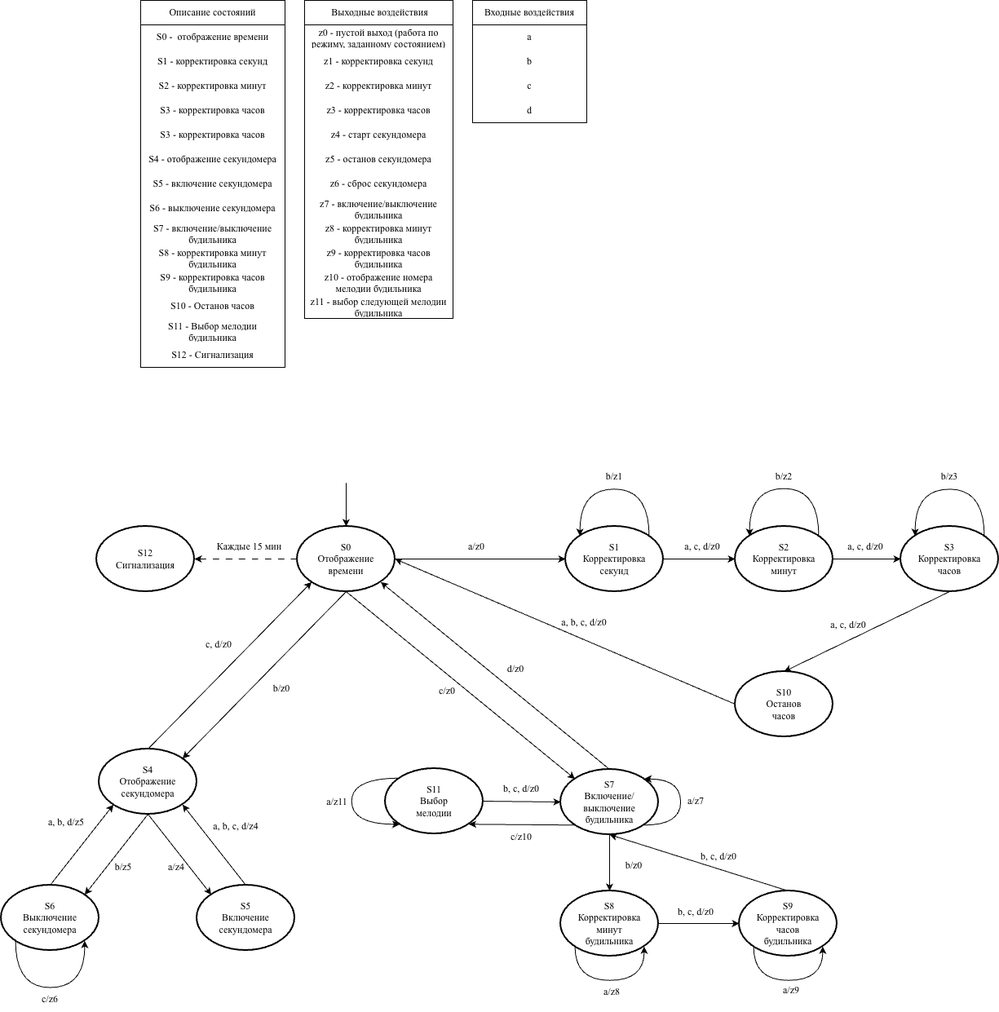
The draw.io diagram lab2/finiteStateAutomaton/finiteStateAutomaton.png in Khramov-Vladislav/theory-of-algorithms, before a commit. Source tidied: cells renumbered, new cells last; positions are measured from the earlier drawing's top-left corner, leaving out a move shared by most shapes.
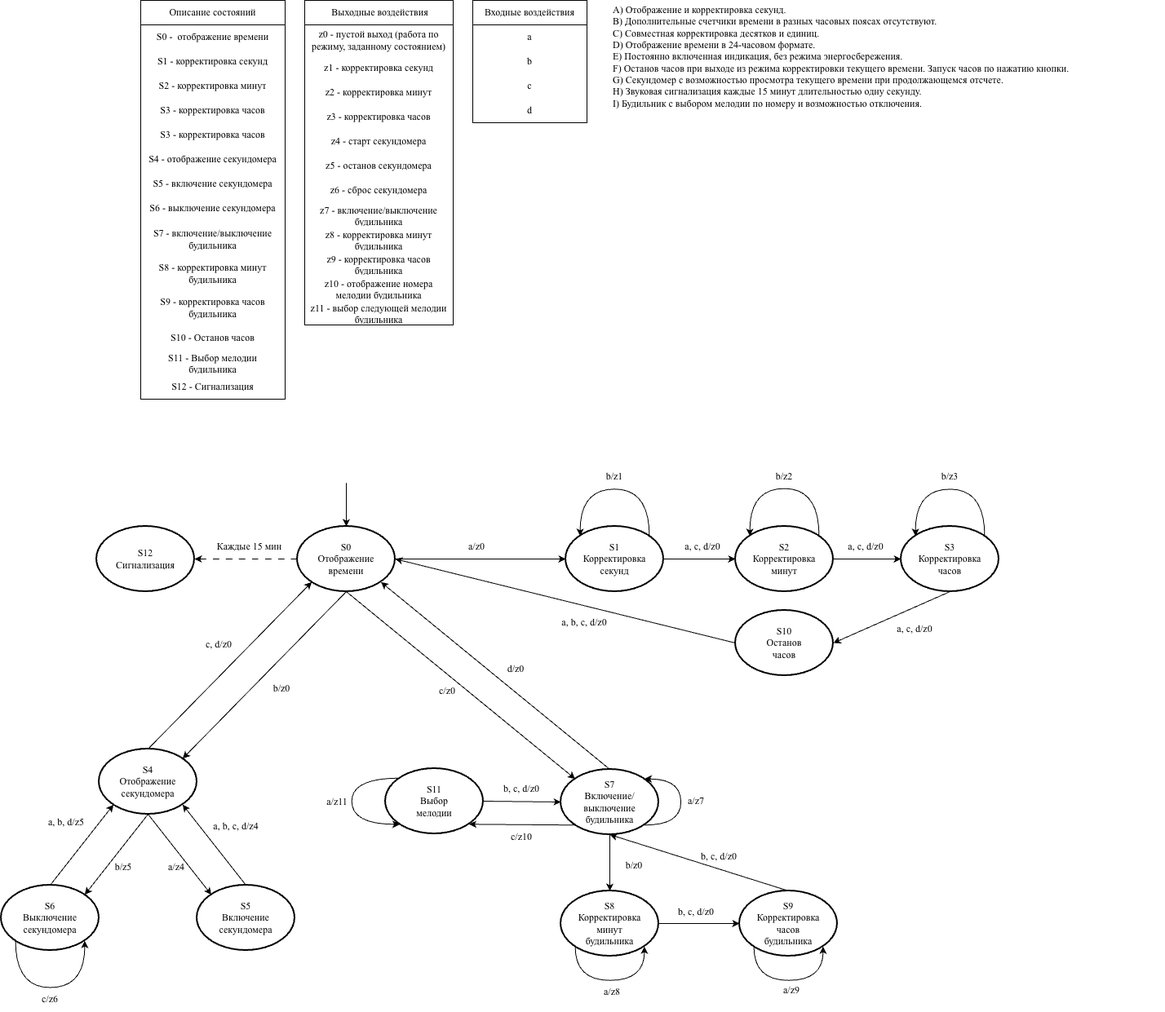
After the commit.

Commit message:
fix(lab2): обновлен конечный автомат управления

Diff of the diagram source:
```diff
@@ -3,46 +3,46 @@
     <mxCell id="0" />
     <mxCell id="1" parent="0" />
     <mxCell id="2" value="&amp;nbsp;Выходные воздействия" style="swimlane;fontStyle=0;horizontal=1;startSize=30;whiteSpace=wrap;html=1;rounded=0;align=center;verticalAlign=middle;fontFamily=Times New Roman;fontSize=12;perimeterSpacing=2;gradientColor=none;swimlaneFillColor=none;fillStyle=hatch;strokeColor=light-dark(#000000,#000000);fillColor=none;fontColor=light-dark(#000000,#000000);" parent="1" vertex="1">
-      <mxGeometry x="372" width="182" height="390" as="geometry" />
+      <mxGeometry x="372" width="182" height="398" as="geometry" />
     </mxCell>
     <mxCell id="3" value="z0 - пустой выход (работа по режиму, заданному состоянием)" style="text;strokeColor=none;fillColor=none;align=center;verticalAlign=middle;spacingLeft=4;spacingRight=4;overflow=hidden;whiteSpace=wrap;html=1;rounded=0;fontFamily=Times New Roman;fontSize=12;fontColor=light-dark(#000000,#000000);gradientColor=none;" parent="2" vertex="1">
-      <mxGeometry y="30" width="182" height="30" as="geometry" />
+      <mxGeometry y="30" width="182" height="38" as="geometry" />
     </mxCell>
     <mxCell id="4" value="z1 - корректировка секунд" style="text;strokeColor=none;fillColor=none;align=center;verticalAlign=middle;spacingLeft=4;spacingRight=4;overflow=hidden;whiteSpace=wrap;html=1;rounded=0;fontFamily=Times New Roman;fontSize=12;fontColor=light-dark(#000000,#000000);gradientColor=none;" parent="2" vertex="1">
-      <mxGeometry y="60" width="182" height="30" as="geometry" />
+      <mxGeometry y="68" width="182" height="30" as="geometry" />
     </mxCell>
     <mxCell id="5" value="z2 - корректировка минут" style="text;strokeColor=none;fillColor=none;align=center;verticalAlign=middle;spacingLeft=4;spacingRight=4;overflow=hidden;whiteSpace=wrap;html=1;rounded=0;fontFamily=Times New Roman;fontSize=12;fontColor=light-dark(#000000,#000000);gradientColor=none;" parent="2" vertex="1">
-      <mxGeometry y="90" width="182" height="30" as="geometry" />
+      <mxGeometry y="98" width="182" height="30" as="geometry" />
     </mxCell>
     <mxCell id="6" value="z3 - корректировка часов" style="text;strokeColor=none;fillColor=none;align=center;verticalAlign=middle;spacingLeft=4;spacingRight=4;overflow=hidden;whiteSpace=wrap;html=1;rounded=0;fontFamily=Times New Roman;fontSize=12;fontColor=light-dark(#000000,#000000);gradientColor=none;" parent="2" vertex="1">
-      <mxGeometry y="120" width="182" height="30" as="geometry" />
+      <mxGeometry y="128" width="182" height="30" as="geometry" />
     </mxCell>
     <mxCell id="7" value="z4 - старт секундомера" style="text;strokeColor=none;fillColor=none;align=center;verticalAlign=middle;spacingLeft=4;spacingRight=4;overflow=hidden;whiteSpace=wrap;html=1;rounded=0;fontFamily=Times New Roman;fontSize=12;fontColor=light-dark(#000000,#000000);gradientColor=none;" parent="2" vertex="1">
-      <mxGeometry y="150" width="182" height="30" as="geometry" />
+      <mxGeometry y="158" width="182" height="30" as="geometry" />
     </mxCell>
     <mxCell id="8" value="z5 - останов секундомера" style="text;strokeColor=none;fillColor=none;align=center;verticalAlign=middle;spacingLeft=4;spacingRight=4;overflow=hidden;whiteSpace=wrap;html=1;rounded=0;fontFamily=Times New Roman;fontSize=12;fontColor=light-dark(#000000,#000000);gradientColor=none;" parent="2" vertex="1">
-      <mxGeometry y="180" width="182" height="30" as="geometry" />
+      <mxGeometry y="188" width="182" height="30" as="geometry" />
     </mxCell>
     <mxCell id="9" value="z6 - сброс секундомера" style="text;strokeColor=none;fillColor=none;align=center;verticalAlign=middle;spacingLeft=4;spacingRight=4;overflow=hidden;whiteSpace=wrap;html=1;rounded=0;fontFamily=Times New Roman;fontSize=12;fontColor=light-dark(#000000,#000000);gradientColor=none;" parent="2" vertex="1">
-      <mxGeometry y="210" width="182" height="30" as="geometry" />
+      <mxGeometry y="218" width="182" height="30" as="geometry" />
     </mxCell>
     <mxCell id="10" value="z7 - включение/выключение будильника" style="text;strokeColor=none;fillColor=none;align=center;verticalAlign=middle;spacingLeft=4;spacingRight=4;overflow=hidden;whiteSpace=wrap;html=1;rounded=0;fontFamily=Times New Roman;fontSize=12;fontColor=light-dark(#000000,#000000);gradientColor=none;" parent="2" vertex="1">
-      <mxGeometry y="240" width="182" height="30" as="geometry" />
+      <mxGeometry y="248" width="182" height="30" as="geometry" />
     </mxCell>
     <mxCell id="11" value="z8 - корректировка минут будильника" style="text;strokeColor=none;fillColor=none;align=center;verticalAlign=middle;spacingLeft=4;spacingRight=4;overflow=hidden;whiteSpace=wrap;html=1;rounded=0;fontFamily=Times New Roman;fontSize=12;fontColor=light-dark(#000000,#000000);gradientColor=none;" parent="2" vertex="1">
-      <mxGeometry y="270" width="182" height="30" as="geometry" />
+      <mxGeometry y="278" width="182" height="30" as="geometry" />
     </mxCell>
     <mxCell id="12" value="z9 - корректировка часов будильника" style="text;strokeColor=none;fillColor=none;align=center;verticalAlign=middle;spacingLeft=4;spacingRight=4;overflow=hidden;whiteSpace=wrap;html=1;rounded=0;fontFamily=Times New Roman;fontSize=12;fontColor=light-dark(#000000,#000000);gradientColor=none;" parent="2" vertex="1">
-      <mxGeometry y="300" width="182" height="30" as="geometry" />
+      <mxGeometry y="308" width="182" height="30" as="geometry" />
     </mxCell>
     <mxCell id="13" value="z10 - отображение номера мелодии будильника" style="text;strokeColor=none;fillColor=none;align=center;verticalAlign=middle;spacingLeft=4;spacingRight=4;overflow=hidden;whiteSpace=wrap;html=1;rounded=0;fontFamily=Times New Roman;fontSize=12;fontColor=light-dark(#000000,#000000);gradientColor=none;" parent="2" vertex="1">
-      <mxGeometry y="330" width="182" height="30" as="geometry" />
+      <mxGeometry y="338" width="182" height="30" as="geometry" />
     </mxCell>
     <mxCell id="14" value="z11 - выбор следующей мелодии будильника" style="text;strokeColor=none;fillColor=none;align=center;verticalAlign=middle;spacingLeft=4;spacingRight=4;overflow=hidden;whiteSpace=wrap;html=1;rounded=0;fontFamily=Times New Roman;fontSize=12;fontColor=light-dark(#000000,#000000);gradientColor=none;" parent="2" vertex="1">
-      <mxGeometry y="360" width="182" height="30" as="geometry" />
+      <mxGeometry y="368" width="182" height="30" as="geometry" />
     </mxCell>
     <mxCell id="15" value="Описание состояний" style="swimlane;fontStyle=0;horizontal=1;startSize=30;whiteSpace=wrap;html=1;rounded=0;align=center;verticalAlign=middle;fontFamily=Times New Roman;fontSize=12;perimeterSpacing=2;gradientColor=none;swimlaneFillColor=none;fillStyle=hatch;strokeColor=light-dark(#000000,#000000);fillColor=none;fontColor=light-dark(#000000,#000000);" parent="1" vertex="1">
-      <mxGeometry x="171" width="177" height="450" as="geometry" />
+      <mxGeometry x="171" width="177" height="489" as="geometry" />
     </mxCell>
     <mxCell id="16" value="S0 -&amp;nbsp; отображение времени" style="text;strokeColor=none;fillColor=none;align=center;verticalAlign=middle;spacingLeft=4;spacingRight=4;overflow=hidden;whiteSpace=wrap;html=1;rounded=0;fontFamily=Times New Roman;fontSize=12;fontColor=light-dark(#000000,#000000);gradientColor=none;" parent="15" vertex="1">
       <mxGeometry y="30" width="177" height="30" as="geometry" />
@@ -69,22 +69,22 @@
       <mxGeometry y="240" width="177" height="30" as="geometry" />
     </mxCell>
     <mxCell id="24" value="S7 - включение/выключение будильника" style="text;strokeColor=none;fillColor=none;align=center;verticalAlign=middle;spacingLeft=4;spacingRight=4;overflow=hidden;whiteSpace=wrap;html=1;rounded=0;fontFamily=Times New Roman;fontSize=12;fontColor=light-dark(#000000,#000000);gradientColor=none;" parent="15" vertex="1">
-      <mxGeometry y="270" width="177" height="30" as="geometry" />
+      <mxGeometry y="270" width="177" height="45" as="geometry" />
     </mxCell>
     <mxCell id="25" value="S8 - корректировка минут будильника" style="text;strokeColor=none;fillColor=none;align=center;verticalAlign=middle;spacingLeft=4;spacingRight=4;overflow=hidden;whiteSpace=wrap;html=1;rounded=0;fontFamily=Times New Roman;fontSize=12;fontColor=light-dark(#000000,#000000);gradientColor=none;" parent="15" vertex="1">
-      <mxGeometry y="300" width="177" height="30" as="geometry" />
+      <mxGeometry y="315" width="177" height="39" as="geometry" />
     </mxCell>
     <mxCell id="26" value="S9 - корректировка часов будильника" style="text;strokeColor=none;fillColor=none;align=center;verticalAlign=middle;spacingLeft=4;spacingRight=4;overflow=hidden;whiteSpace=wrap;html=1;rounded=0;fontFamily=Times New Roman;fontSize=12;fontColor=light-dark(#000000,#000000);gradientColor=none;" parent="15" vertex="1">
-      <mxGeometry y="330" width="177" height="30" as="geometry" />
+      <mxGeometry y="354" width="177" height="45" as="geometry" />
     </mxCell>
     <mxCell id="27" value="S10 - Останов часов" style="text;strokeColor=none;fillColor=none;align=center;verticalAlign=middle;spacingLeft=4;spacingRight=4;overflow=hidden;whiteSpace=wrap;html=1;rounded=0;fontFamily=Times New Roman;fontSize=12;fontColor=light-dark(#000000,#000000);gradientColor=none;" parent="15" vertex="1">
-      <mxGeometry y="360" width="177" height="30" as="geometry" />
+      <mxGeometry y="399" width="177" height="30" as="geometry" />
     </mxCell>
     <mxCell id="28" value="S11 - Выбор мелодии будильника" style="text;strokeColor=none;fillColor=none;align=center;verticalAlign=middle;spacingLeft=4;spacingRight=4;overflow=hidden;whiteSpace=wrap;html=1;rounded=0;fontFamily=Times New Roman;fontSize=12;fontColor=light-dark(#000000,#000000);gradientColor=none;" parent="15" vertex="1">
-      <mxGeometry y="390" width="177" height="30" as="geometry" />
+      <mxGeometry y="429" width="177" height="30" as="geometry" />
     </mxCell>
     <mxCell id="29" value="S12 - Сигнализация" style="text;strokeColor=none;fillColor=none;align=center;verticalAlign=middle;spacingLeft=4;spacingRight=4;overflow=hidden;whiteSpace=wrap;html=1;rounded=0;fontFamily=Times New Roman;fontSize=12;fontColor=light-dark(#000000,#000000);gradientColor=none;" parent="15" vertex="1">
-      <mxGeometry y="420" width="177" height="30" as="geometry" />
+      <mxGeometry y="459" width="177" height="30" as="geometry" />
     </mxCell>
     <mxCell id="30" value="Входные воздействия" style="swimlane;fontStyle=0;horizontal=1;startSize=30;whiteSpace=wrap;html=1;rounded=0;align=center;verticalAlign=middle;fontFamily=Times New Roman;fontSize=12;perimeterSpacing=2;gradientColor=none;swimlaneFillColor=none;fillStyle=hatch;strokeColor=light-dark(#000000,#000000);fillColor=none;fontColor=light-dark(#000000,#000000);" parent="1" vertex="1">
       <mxGeometry x="578" width="140" height="150" as="geometry" />
@@ -194,7 +194,7 @@
       <mxGeometry x="1030" y="655" width="60" height="30" as="geometry" />
     </mxCell>
     <mxCell id="60" style="group;" parent="1" vertex="1">
-      <mxGeometry x="900" y="823" width="120" height="80" as="geometry" />
+      <mxGeometry x="900" y="748" width="120" height="80" as="geometry" />
     </mxCell>
     <mxCell id="61" value="&lt;div&gt;&lt;br/&gt;&lt;/div&gt;" style="ellipse;whiteSpace=wrap;html=1;shapeInside=1;fillColor=none;strokeColor=light-dark(#000000,#000000);fontColor=#333333;strokeWidth=2;" parent="60" vertex="1">
       <mxGeometry width="120" height="80" as="geometry" />
@@ -203,7 +203,7 @@
       <mxGeometry x="30" y="25" width="60" height="30" as="geometry" />
     </mxCell>
     <mxCell id="63" value="a, c, d/z0" style="text;html=1;whiteSpace=wrap;strokeColor=none;fillColor=none;align=center;verticalAlign=middle;rounded=0;fontColor=light-dark(#000000,#000000);fontFamily=Times New Roman;" parent="1" vertex="1">
-      <mxGeometry x="1009" y="751" width="60" height="30" as="geometry" />
+      <mxGeometry x="1090" y="756" width="60" height="30" as="geometry" />
     </mxCell>
     <mxCell id="64" value="a, b, c, d/z0" style="text;html=1;whiteSpace=wrap;strokeColor=none;fillColor=none;align=center;verticalAlign=middle;rounded=0;fontColor=light-dark(#000000,#000000);fontFamily=Times New Roman;" parent="1" vertex="1">
       <mxGeometry x="685" y="748" width="60" height="30" as="geometry" />
@@ -256,7 +256,7 @@
     <mxCell id="77" value="S5&lt;div&gt;Включение секундомера&lt;/div&gt;" style="text;html=1;whiteSpace=wrap;strokeColor=none;fillColor=none;align=center;verticalAlign=middle;rounded=0;fontFamily=Times New Roman;fontSize=12;fontColor=light-dark(#000000,#000000);gradientColor=none;" parent="75" vertex="1">
       <mxGeometry x="30" y="25" width="60" height="30" as="geometry" />
     </mxCell>
-    <mxCell id="78" style="edgeStyle=none;shape=connector;curved=1;rounded=0;curveGeometry=1;jettySize=auto;html=1;exitX=0.5;exitY=1;exitDx=0;exitDy=0;entryX=0.5;entryY=0;entryDx=0;entryDy=0;strokeColor=light-dark(#000000,#000000);align=left;verticalAlign=middle;fontFamily=Helvetica;fontSize=11;fontColor=light-dark(#000000,#000000);labelBackgroundColor=none;defaultLabelBackgroundColor=page;labelPadding=0 4;endArrow=classic;endFill=1;fillColor=#008a00;" parent="1" edge="1" source="48" target="61">
+    <mxCell id="78" style="edgeStyle=none;shape=connector;curved=1;rounded=0;curveGeometry=1;jettySize=auto;html=1;exitX=0.5;exitY=1;exitDx=0;exitDy=0;entryX=1;entryY=0.5;entryDx=0;entryDy=0;strokeColor=light-dark(#000000,#000000);align=left;verticalAlign=middle;fontFamily=Helvetica;fontSize=11;fontColor=light-dark(#000000,#000000);labelBackgroundColor=none;defaultLabelBackgroundColor=page;labelPadding=0 4;endArrow=classic;endFill=1;fillColor=#008a00;" parent="1" edge="1" source="48" target="61">
       <mxGeometry relative="1" as="geometry" />
     </mxCell>
     <mxCell id="79" style="edgeStyle=none;shape=connector;curved=1;rounded=0;curveGeometry=1;jettySize=auto;html=1;exitX=0;exitY=0.5;exitDx=0;exitDy=0;entryX=1;entryY=0.5;entryDx=0;entryDy=0;strokeColor=light-dark(#000000,#000000);align=left;verticalAlign=middle;fontFamily=Helvetica;fontSize=11;fontColor=light-dark(#000000,#000000);labelBackgroundColor=none;defaultLabelBackgroundColor=page;labelPadding=0 4;endArrow=classic;endFill=1;fillColor=#008a00;" parent="1" edge="1" source="61" target="37">
@@ -625,5 +625,8 @@
     <mxCell id="172" style="edgeStyle=none;shape=connector;curved=1;rounded=0;curveGeometry=1;jettySize=auto;html=1;exitX=1;exitY=0.5;exitDx=0;exitDy=0;entryX=0;entryY=0.5;entryDx=0;entryDy=0;strokeColor=light-dark(#000000,#000000);align=left;verticalAlign=middle;fontFamily=Helvetica;fontSize=11;fontColor=light-dark(#000000,#000000);labelBackgroundColor=none;defaultLabelBackgroundColor=page;labelPadding=0 4;endArrow=classic;endFill=1;fillColor=#008a00;" parent="1" edge="1" source="144" target="103">
       <mxGeometry relative="1" as="geometry" />
     </mxCell>
+    <mxCell id="173" value="A) Отображение и корректировка секунд.&lt;div&gt;B) Дополнительные счетчики времени в разных часовых поясах отсут&lt;span style=&quot;background-color: transparent;&quot;&gt;ствуют.&lt;/span&gt;&lt;/div&gt;&lt;div&gt;C) Совместная корректировка десятков и единиц.&lt;/div&gt;&lt;div&gt;D) Отображение времени в 24-часовом формате.&lt;/div&gt;&lt;div&gt;E) Постоянно включенная индикация, без режима энергосбережения.&lt;/div&gt;&lt;div&gt;F) Останов часов при выходе из режима корректировки текущего време&lt;span style=&quot;background-color: transparent;&quot;&gt;ни. Запуск часов по нажатию кнопки.&lt;/span&gt;&lt;/div&gt;&lt;div&gt;G) Секундомер с возможностью просмотра текущего времени при продол&lt;span style=&quot;background-color: transparent;&quot;&gt;жающемся отсчете.&lt;/span&gt;&lt;/div&gt;&lt;div&gt;H) Звуковая сигнализация каждые 15 минут длительностью одну секунду.&lt;/div&gt;&lt;div&gt;I) Будильник с выбором мелодии по номеру и возможностью отключения.&lt;/div&gt;" style="text;html=1;whiteSpace=wrap;strokeColor=none;fillColor=none;align=left;verticalAlign=middle;rounded=0;fontColor=light-dark(#000000,#000000);fontFamily=Times New Roman;" parent="1" vertex="1">
+      <mxGeometry x="748" width="679" height="137" as="geometry" />
+    </mxCell>
   </root>
 </mxGraphModel>
```
